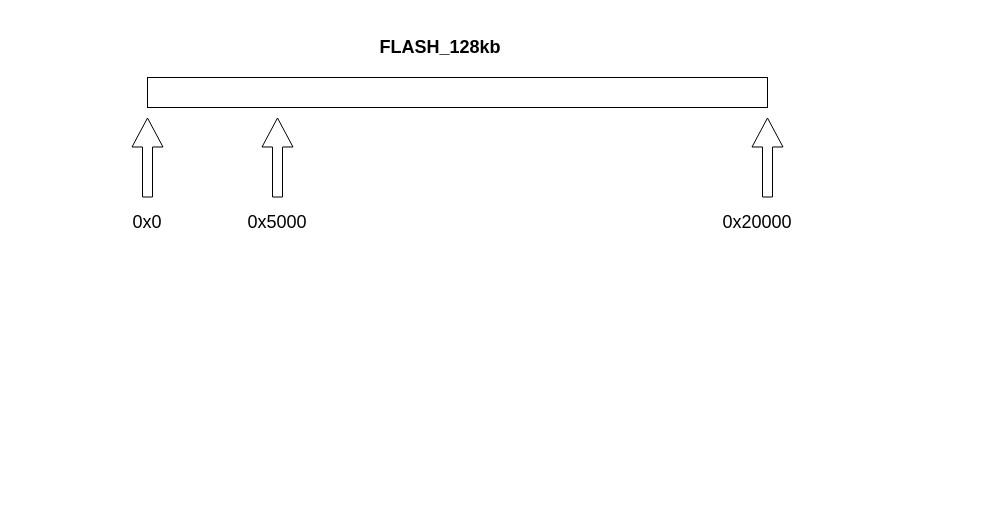
The draw.io diagram LKS_BOOT.drawio in Hanye1108/drawio, before the edit. Source tidied: cells renumbered, new cells numbered last; positions are measured from the earlier drawing's top-left corner, leaving out a move shared by most shapes. Both pictures are drawn from the tidied source at 100%, with x=0, y=0 at pixel (117, 17).
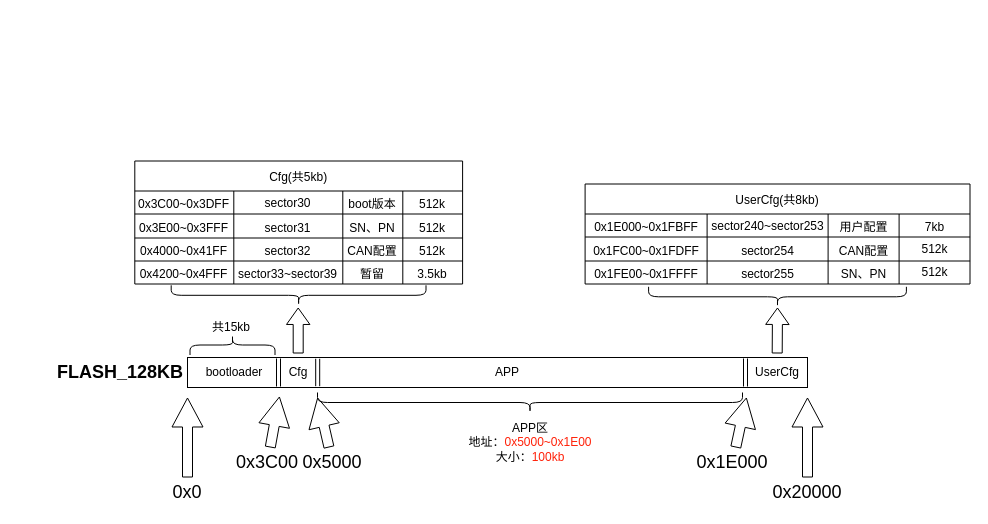
The same page after the edit.

The edit, as a diff of the source:
```diff
@@
     <mxCell id="2" style="rounded=0;whiteSpace=wrap;html=1;" parent="1" vertex="1">
-      <mxGeometry x="30" y="60" width="620" height="30" as="geometry" />
+      <mxGeometry x="70" y="340" width="620" height="30" as="geometry" />
     </mxCell>
-    <mxCell id="3" value="&lt;b&gt;&lt;font style=&quot;font-size: 18px;&quot;&gt;FLASH_128kb&lt;/font&gt;&lt;/b&gt;" style="text;html=1;align=center;verticalAlign=middle;whiteSpace=wrap;rounded=0;" parent="1" vertex="1">
-      <mxGeometry x="220" width="206" height="60" as="geometry" />
+    <mxCell id="3" value="&lt;b&gt;&lt;font style=&quot;font-size: 18px;&quot;&gt;FLASH_128KB&lt;/font&gt;&lt;/b&gt;" style="text;html=1;align=center;verticalAlign=middle;whiteSpace=wrap;rounded=0;" parent="1" vertex="1">
+      <mxGeometry x="-100" y="325" width="206" height="60" as="geometry" />
     </mxCell>
     <mxCell id="4" style="shape=flexArrow;endArrow=classic;html=1;rounded=0;width=10;endSize=9.33;" parent="1" edge="1">
       <mxGeometry relative="1" as="geometry">
-        <mxPoint x="30" y="180" as="sourcePoint" />
-        <mxPoint x="30" y="100" as="targetPoint" />
+        <mxPoint x="70" y="460" as="sourcePoint" />
+        <mxPoint x="70" y="380" as="targetPoint" />
       </mxGeometry>
     </mxCell>
     <mxCell id="5" style="shape=flexArrow;endArrow=classic;html=1;rounded=0;width=10;endSize=9.33;" parent="1" edge="1">
       <mxGeometry relative="1" as="geometry">
-        <mxPoint x="650" y="180" as="sourcePoint" />
-        <mxPoint x="650" y="100" as="targetPoint" />
+        <mxPoint x="690" y="460" as="sourcePoint" />
+        <mxPoint x="690" y="380" as="targetPoint" />
       </mxGeometry>
     </mxCell>
     <mxCell id="6" value="&lt;font style=&quot;font-size: 18px;&quot;&gt;0x0&lt;/font&gt;" style="text;html=1;align=center;verticalAlign=middle;whiteSpace=wrap;rounded=0;" parent="1" vertex="1">
-      <mxGeometry y="190" width="60" height="30" as="geometry" />
+      <mxGeometry x="40" y="460" width="60" height="30" as="geometry" />
     </mxCell>
     <mxCell id="7" value="&lt;font style=&quot;font-size: 18px;&quot;&gt;0x20000&lt;/font&gt;" style="text;html=1;align=center;verticalAlign=middle;whiteSpace=wrap;rounded=0;" parent="1" vertex="1">
-      <mxGeometry x="590" y="190" width="100" height="30" as="geometry" />
+      <mxGeometry x="640" y="460" width="100" height="30" as="geometry" />
     </mxCell>
-    <mxCell id="8" style="shape=flexArrow;endArrow=classic;html=1;rounded=0;width=10;endSize=9.33;" parent="1" edge="1">
+    <mxCell id="8" style="shape=flexArrow;endArrow=classic;html=1;rounded=0;width=10;endSize=9.33;" parent="1" edge="1" source="9">
       <mxGeometry relative="1" as="geometry">
-        <mxPoint x="160" y="180" as="sourcePoint" />
-        <mxPoint x="160" y="100" as="targetPoint" />
+        <mxPoint x="200" y="380" as="targetPoint" />
       </mxGeometry>
     </mxCell>
+    <mxCell id="10" style="endArrow=none;html=1;rounded=0;entryX=0.208;entryY=1.1;entryDx=0;entryDy=0;entryPerimeter=0;" parent="1" edge="1" source="2">
+      <mxGeometry relative="1" as="geometry">
+        <mxPoint x="199" y="370" as="targetPoint" />
+      </mxGeometry>
+    </mxCell>
+    <mxCell id="11" style="shape=link;html=1;rounded=0;entryX=0.21;entryY=0.956;entryDx=0;entryDy=0;entryPerimeter=0;exitX=0.21;exitY=0.042;exitDx=0;exitDy=0;exitPerimeter=0;" parent="1" edge="1" source="2" target="2">
+      <mxGeometry relative="1" as="geometry" />
+    </mxCell>
+    <mxCell id="12" style="shape=flexArrow;endArrow=classic;html=1;rounded=0;endWidth=12.413793103448276;endSize=5.158620689655173;" parent="1" edge="1">
+      <mxGeometry relative="1" as="geometry">
+        <mxPoint x="180.7" y="336" as="sourcePoint" />
+        <mxPoint x="180.7" y="290" as="targetPoint" />
+      </mxGeometry>
+    </mxCell>
+    <mxCell id="13" style="shape=curlyBracket;whiteSpace=wrap;html=1;rounded=1;flipH=1;labelPosition=right;verticalLabelPosition=middle;align=left;verticalAlign=middle;rotation=90;" parent="1" vertex="1">
+      <mxGeometry x="171.1" y="150.4" width="20" height="254.8" as="geometry" />
+    </mxCell>
+    <mxCell id="14" style="shape=flexArrow;endArrow=classic;html=1;rounded=0;width=10;endSize=9.33;" parent="1" edge="1" source="16">
+      <mxGeometry relative="1" as="geometry">
+        <mxPoint x="162" y="379" as="targetPoint" />
+      </mxGeometry>
+    </mxCell>
+    <mxCell id="15" style="shape=flexArrow;endArrow=classic;html=1;rounded=0;width=10;endSize=9.33;" parent="1" edge="1" target="9">
+      <mxGeometry relative="1" as="geometry">
+        <mxPoint x="200" y="460" as="sourcePoint" />
+      </mxGeometry>
+    </mxCell>
     <mxCell id="9" value="&lt;font style=&quot;font-size: 18px;&quot;&gt;0x5000&lt;/font&gt;" style="text;html=1;align=center;verticalAlign=middle;whiteSpace=wrap;rounded=0;" parent="1" vertex="1">
-      <mxGeometry x="125" y="190" width="70" height="30" as="geometry" />
+      <mxGeometry x="180" y="430" width="70" height="30" as="geometry" />
     </mxCell>
-    <mxCell id="10" style="endArrow=none;html=1;rounded=0;entryX=0.208;entryY=1.1;entryDx=0;entryDy=0;entryPerimeter=0;" parent="1" edge="1" source="2">
-      <mxGeometry relative="1" as="geometry">
-        <mxPoint x="159" y="90" as="targetPoint" />
-      </mxGeometry>
-    </mxCell>
+    <mxCell id="16" value="&lt;font style=&quot;font-size: 18px;&quot;&gt;0x3C00&lt;/font&gt;" style="text;html=1;align=center;verticalAlign=middle;whiteSpace=wrap;rounded=0;" parent="1" vertex="1">
+      <mxGeometry x="120" y="430" width="60" height="30" as="geometry" />
+    </mxCell>
+    <mxCell id="17" style="shape=link;html=1;rounded=0;entryX=0.21;entryY=0.956;entryDx=0;entryDy=0;entryPerimeter=0;exitX=0.21;exitY=0.042;exitDx=0;exitDy=0;exitPerimeter=0;" parent="1" edge="1">
+      <mxGeometry relative="1" as="geometry">
+        <mxPoint x="161" y="341" as="sourcePoint" />
+        <mxPoint x="161" y="369" as="targetPoint" />
+      </mxGeometry>
+    </mxCell>
+    <mxCell id="18" value="bootloader" style="text;html=1;align=center;verticalAlign=middle;whiteSpace=wrap;rounded=0;" parent="1" vertex="1">
+      <mxGeometry x="84" y="340" width="66" height="30" as="geometry" />
+    </mxCell>
+    <mxCell id="19" value="Cfg" style="text;html=1;align=center;verticalAlign=middle;whiteSpace=wrap;rounded=0;" parent="1" vertex="1">
+      <mxGeometry x="161" y="340" width="40" height="30" as="geometry" />
+    </mxCell>
+    <mxCell id="20" style="shape=flexArrow;endArrow=classic;html=1;rounded=0;width=10;endSize=9.33;" parent="1" edge="1" source="22">
+      <mxGeometry relative="1" as="geometry">
+        <mxPoint x="629" y="380" as="targetPoint" />
+      </mxGeometry>
+    </mxCell>
+    <mxCell id="21" style="shape=flexArrow;endArrow=classic;html=1;rounded=0;width=10;endSize=9.33;" parent="1" edge="1" target="22">
+      <mxGeometry relative="1" as="geometry">
+        <mxPoint x="629" y="460" as="sourcePoint" />
+      </mxGeometry>
+    </mxCell>
+    <mxCell id="22" value="&lt;font style=&quot;font-size: 18px;&quot;&gt;0x1E000&lt;/font&gt;" style="text;html=1;align=center;verticalAlign=middle;whiteSpace=wrap;rounded=0;" parent="1" vertex="1">
+      <mxGeometry x="580" y="430" width="70" height="30" as="geometry" />
+    </mxCell>
+    <mxCell id="23" style="shape=link;html=1;rounded=0;entryX=0.21;entryY=0.956;entryDx=0;entryDy=0;entryPerimeter=0;exitX=0.21;exitY=0.042;exitDx=0;exitDy=0;exitPerimeter=0;" parent="1" edge="1">
+      <mxGeometry relative="1" as="geometry">
+        <mxPoint x="628" y="341" as="sourcePoint" />
+        <mxPoint x="628" y="369" as="targetPoint" />
+      </mxGeometry>
+    </mxCell>
+    <mxCell id="24" style="shape=flexArrow;endArrow=classic;html=1;rounded=0;endWidth=12.413793103448276;endSize=5.158620689655173;" parent="1" edge="1">
+      <mxGeometry relative="1" as="geometry">
+        <mxPoint x="659.7" y="336" as="sourcePoint" />
+        <mxPoint x="660" y="290" as="targetPoint" />
+      </mxGeometry>
+    </mxCell>
+    <mxCell id="25" style="shape=curlyBracket;whiteSpace=wrap;html=1;rounded=1;flipH=1;labelPosition=right;verticalLabelPosition=middle;align=left;verticalAlign=middle;rotation=90;" parent="1" vertex="1">
+      <mxGeometry x="650" y="150.4" width="20" height="257.8" as="geometry" />
+    </mxCell>
+    <mxCell id="26" value="UserCfg" style="text;html=1;align=center;verticalAlign=middle;whiteSpace=wrap;rounded=0;" parent="1" vertex="1">
+      <mxGeometry x="640" y="340" width="40" height="30" as="geometry" />
+    </mxCell>
+    <mxCell id="27" value="APP" style="text;html=1;align=center;verticalAlign=middle;whiteSpace=wrap;rounded=0;" parent="1" vertex="1">
+      <mxGeometry x="360" y="340" width="60" height="30" as="geometry" />
+    </mxCell>
+    <mxCell id="28" style="shape=curlyBracket;whiteSpace=wrap;html=1;rounded=1;labelPosition=left;verticalLabelPosition=middle;align=right;verticalAlign=middle;rotation=-90;" parent="1" vertex="1">
+      <mxGeometry x="402.5" y="172.5" width="20" height="425" as="geometry" />
+    </mxCell>
+    <mxCell id="29" value="Cfg(共5kb)" style="shape=table;startSize=30;childLayout=tableLayout;strokeColor=default;fontSize=12;" parent="1" vertex="1">
+      <mxGeometry x="17.3" y="143.5" width="327.8" height="123" as="geometry" />
+    </mxCell>
+    <mxCell id="30" style="shape=tableRow;horizontal=0;startSize=0;swimlaneHead=0;swimlaneBody=0;strokeColor=inherit;top=0;left=0;bottom=0;right=0;fillColor=none;fontSize=16;" parent="29" vertex="1">
+      <mxGeometry y="30" width="327.8" height="23" as="geometry" />
+    </mxCell>
+    <mxCell id="31" value="&lt;font style=&quot;font-size: 12px;&quot;&gt;0x3C00~0x3DFF&lt;/font&gt;" style="shape=partialRectangle;html=1;whiteSpace=wrap;strokeColor=inherit;overflow=hidden;fillColor=none;top=0;left=0;bottom=0;right=0;fontSize=16;" parent="30" vertex="1">
+      <mxGeometry width="99" height="23" as="geometry" />
+    </mxCell>
+    <mxCell id="32" value="&lt;font style=&quot;font-size: 12px;&quot;&gt;sector30&lt;/font&gt;" style="shape=partialRectangle;html=1;whiteSpace=wrap;strokeColor=inherit;overflow=hidden;fillColor=none;top=0;left=0;bottom=0;right=0;fontSize=13;" parent="30" vertex="1">
+      <mxGeometry x="99" width="109" height="23" as="geometry" />
+    </mxCell>
+    <mxCell id="33" value="&lt;font style=&quot;font-size: 12px;&quot;&gt;boot版本&lt;/font&gt;" style="shape=partialRectangle;html=1;whiteSpace=wrap;strokeColor=inherit;overflow=hidden;fillColor=none;top=0;left=0;bottom=0;right=0;fontSize=16;" parent="30" vertex="1">
+      <mxGeometry x="208" width="60" height="23" as="geometry" />
+    </mxCell>
+    <mxCell id="34" value="&lt;font style=&quot;font-size: 12px;&quot;&gt;512k&lt;/font&gt;" style="shape=partialRectangle;html=1;whiteSpace=wrap;strokeColor=inherit;overflow=hidden;fillColor=none;top=0;left=0;bottom=0;right=0;fontSize=16;" parent="30" vertex="1">
+      <mxGeometry x="268" width="60" height="23" as="geometry" />
+    </mxCell>
+    <mxCell id="35" style="shape=tableRow;horizontal=0;startSize=0;swimlaneHead=0;swimlaneBody=0;strokeColor=inherit;top=0;left=0;bottom=0;right=0;fillColor=none;fontSize=16;" parent="29" vertex="1">
+      <mxGeometry y="53" width="327.8" height="24" as="geometry" />
+    </mxCell>
+    <mxCell id="36" value="&lt;font style=&quot;font-size: 12px;&quot;&gt;0x3E00~0x3FFF&lt;/font&gt;" style="shape=partialRectangle;html=1;whiteSpace=wrap;strokeColor=inherit;overflow=hidden;fillColor=none;top=0;left=0;bottom=0;right=0;fontSize=16;" parent="35" vertex="1">
+      <mxGeometry width="99" height="24" as="geometry" />
+    </mxCell>
+    <mxCell id="37" value="&lt;font style=&quot;font-size: 12px;&quot;&gt;sector31&lt;/font&gt;" style="shape=partialRectangle;html=1;whiteSpace=wrap;strokeColor=inherit;overflow=hidden;fillColor=none;top=0;left=0;bottom=0;right=0;fontSize=16;" parent="35" vertex="1">
+      <mxGeometry x="99" width="109" height="24" as="geometry" />
+    </mxCell>
+    <mxCell id="38" value="&lt;font style=&quot;font-size: 12px;&quot;&gt;SN、PN&lt;/font&gt;" style="shape=partialRectangle;html=1;whiteSpace=wrap;strokeColor=inherit;overflow=hidden;fillColor=none;top=0;left=0;bottom=0;right=0;fontSize=16;" parent="35" vertex="1">
+      <mxGeometry x="208" width="60" height="24" as="geometry" />
+    </mxCell>
+    <mxCell id="39" value="&lt;font style=&quot;font-size: 12px;&quot;&gt;512k&lt;/font&gt;" style="shape=partialRectangle;html=1;whiteSpace=wrap;strokeColor=inherit;overflow=hidden;fillColor=none;top=0;left=0;bottom=0;right=0;fontSize=16;" parent="35" vertex="1">
+      <mxGeometry x="268" width="60" height="24" as="geometry" />
+    </mxCell>
+    <mxCell id="40" style="shape=tableRow;horizontal=0;startSize=0;swimlaneHead=0;swimlaneBody=0;strokeColor=inherit;top=0;left=0;bottom=0;right=0;fillColor=none;fontSize=16;" parent="29" vertex="1">
+      <mxGeometry y="77" width="327.8" height="23" as="geometry" />
+    </mxCell>
+    <mxCell id="41" value="&lt;font style=&quot;font-size: 12px;&quot;&gt;0x4000~0x41FF&lt;/font&gt;" style="shape=partialRectangle;html=1;whiteSpace=wrap;strokeColor=inherit;overflow=hidden;fillColor=none;top=0;left=0;bottom=0;right=0;fontSize=16;" parent="40" vertex="1">
+      <mxGeometry width="99" height="23" as="geometry" />
+    </mxCell>
+    <mxCell id="42" value="&lt;font style=&quot;font-size: 12px;&quot;&gt;sector32&lt;/font&gt;" style="shape=partialRectangle;html=1;whiteSpace=wrap;strokeColor=inherit;overflow=hidden;fillColor=none;top=0;left=0;bottom=0;right=0;fontSize=16;" parent="40" vertex="1">
+      <mxGeometry x="99" width="109" height="23" as="geometry" />
+    </mxCell>
+    <mxCell id="43" value="&lt;font style=&quot;font-size: 12px;&quot;&gt;CAN配置&lt;/font&gt;" style="shape=partialRectangle;html=1;whiteSpace=wrap;strokeColor=inherit;overflow=hidden;fillColor=none;top=0;left=0;bottom=0;right=0;fontSize=16;" parent="40" vertex="1">
+      <mxGeometry x="208" width="60" height="23" as="geometry" />
+    </mxCell>
+    <mxCell id="44" value="&lt;font style=&quot;font-size: 12px;&quot;&gt;512k&lt;/font&gt;" style="shape=partialRectangle;html=1;whiteSpace=wrap;strokeColor=inherit;overflow=hidden;fillColor=none;top=0;left=0;bottom=0;right=0;fontSize=16;" parent="40" vertex="1">
+      <mxGeometry x="268" width="60" height="23" as="geometry" />
+    </mxCell>
+    <mxCell id="45" style="shape=tableRow;horizontal=0;startSize=0;swimlaneHead=0;swimlaneBody=0;strokeColor=inherit;top=0;left=0;bottom=0;right=0;fillColor=none;fontSize=16;" parent="29" vertex="1">
+      <mxGeometry y="100" width="327.8" height="23" as="geometry" />
+    </mxCell>
+    <mxCell id="46" value="&lt;font style=&quot;font-size: 12px;&quot;&gt;0x4200~0x4FFF&lt;/font&gt;" style="shape=partialRectangle;html=1;whiteSpace=wrap;strokeColor=inherit;overflow=hidden;fillColor=none;top=0;left=0;bottom=0;right=0;fontSize=16;" parent="45" vertex="1">
+      <mxGeometry width="99" height="23" as="geometry" />
+    </mxCell>
+    <mxCell id="47" value="&lt;font style=&quot;font-size: 12px;&quot;&gt;sector33~sector39&lt;/font&gt;" style="shape=partialRectangle;html=1;whiteSpace=wrap;strokeColor=inherit;overflow=hidden;fillColor=none;top=0;left=0;bottom=0;right=0;fontSize=16;" parent="45" vertex="1">
+      <mxGeometry x="99" width="109" height="23" as="geometry" />
+    </mxCell>
+    <mxCell id="48" value="&lt;font style=&quot;font-size: 12px;&quot;&gt;暂留&lt;/font&gt;" style="shape=partialRectangle;html=1;whiteSpace=wrap;strokeColor=inherit;overflow=hidden;fillColor=none;top=0;left=0;bottom=0;right=0;fontSize=16;" parent="45" vertex="1">
+      <mxGeometry x="208" width="60" height="23" as="geometry" />
+    </mxCell>
+    <mxCell id="49" value="&lt;font style=&quot;font-size: 12px;&quot;&gt;3.5kb&lt;/font&gt;" style="shape=partialRectangle;html=1;whiteSpace=wrap;strokeColor=inherit;overflow=hidden;fillColor=none;top=0;left=0;bottom=0;right=0;fontSize=16;" parent="45" vertex="1">
+      <mxGeometry x="268" width="60" height="23" as="geometry" />
+    </mxCell>
+    <mxCell id="50" value="APP区&lt;div&gt;地址：&lt;font style=&quot;color: rgb(255, 34, 10);&quot;&gt;0x5000~0x1E00&lt;/font&gt;&lt;/div&gt;&lt;div&gt;大小：&lt;font style=&quot;color: rgb(255, 34, 10);&quot;&gt;100kb&lt;/font&gt;&lt;/div&gt;" style="text;html=1;align=center;verticalAlign=middle;whiteSpace=wrap;rounded=0;" parent="1" vertex="1">
+      <mxGeometry x="322.5" y="390" width="180" height="70" as="geometry" />
+    </mxCell>
+    <mxCell id="51" value="UserCfg(共8kb)" style="shape=table;startSize=30;childLayout=tableLayout;strokeColor=default;fontSize=12;" parent="1" vertex="1">
+      <mxGeometry x="467.6" y="166.5" width="384.9" height="100" as="geometry" />
+    </mxCell>
+    <mxCell id="52" style="shape=tableRow;horizontal=0;startSize=0;swimlaneHead=0;swimlaneBody=0;strokeColor=inherit;top=0;left=0;bottom=0;right=0;fillColor=none;fontSize=16;" parent="51" vertex="1">
+      <mxGeometry y="30" width="384.9" height="23" as="geometry" />
+    </mxCell>
+    <mxCell id="53" value="&lt;span style=&quot;font-size: 12px;&quot;&gt;0x1E000~0x1FBFF&lt;/span&gt;" style="shape=partialRectangle;html=1;whiteSpace=wrap;strokeColor=inherit;overflow=hidden;fillColor=none;top=0;left=0;bottom=0;right=0;fontSize=16;" parent="52" vertex="1">
+      <mxGeometry width="122" height="23" as="geometry" />
+    </mxCell>
+    <mxCell id="54" value="&lt;span style=&quot;font-size: 12px;&quot;&gt;sector240~sector253&lt;/span&gt;" style="shape=partialRectangle;html=1;whiteSpace=wrap;strokeColor=inherit;overflow=hidden;fillColor=none;top=0;left=0;bottom=0;right=0;fontSize=13;" parent="52" vertex="1">
+      <mxGeometry x="122" width="121" height="23" as="geometry" />
+    </mxCell>
+    <mxCell id="55" value="&lt;span style=&quot;font-size: 12px;&quot;&gt;用户配置&lt;/span&gt;" style="shape=partialRectangle;html=1;whiteSpace=wrap;strokeColor=inherit;overflow=hidden;fillColor=none;top=0;left=0;bottom=0;right=0;fontSize=16;" parent="52" vertex="1">
+      <mxGeometry x="243" width="71" height="23" as="geometry" />
+    </mxCell>
+    <mxCell id="56" value="&lt;font style=&quot;font-size: 12px;&quot;&gt;7kb&lt;/font&gt;" style="shape=partialRectangle;html=1;whiteSpace=wrap;strokeColor=inherit;overflow=hidden;fillColor=none;top=0;left=0;bottom=0;right=0;fontSize=16;" parent="52" vertex="1">
+      <mxGeometry x="314" width="71" height="23" as="geometry" />
+    </mxCell>
+    <mxCell id="57" style="shape=tableRow;horizontal=0;startSize=0;swimlaneHead=0;swimlaneBody=0;strokeColor=inherit;top=0;left=0;bottom=0;right=0;fillColor=none;fontSize=16;" parent="51" vertex="1">
+      <mxGeometry y="53" width="384.9" height="24" as="geometry" />
+    </mxCell>
+    <mxCell id="58" value="&lt;span style=&quot;font-size: 12px;&quot;&gt;0x1FC00~0x1FDFF&lt;/span&gt;" style="shape=partialRectangle;html=1;whiteSpace=wrap;strokeColor=inherit;overflow=hidden;fillColor=none;top=0;left=0;bottom=0;right=0;fontSize=16;" parent="57" vertex="1">
+      <mxGeometry width="122" height="24" as="geometry" />
+    </mxCell>
+    <mxCell id="59" value="&lt;span style=&quot;font-size: 12px;&quot;&gt;sector254&lt;/span&gt;" style="shape=partialRectangle;html=1;whiteSpace=wrap;strokeColor=inherit;overflow=hidden;fillColor=none;top=0;left=0;bottom=0;right=0;fontSize=16;" parent="57" vertex="1">
+      <mxGeometry x="122" width="121" height="24" as="geometry" />
+    </mxCell>
+    <mxCell id="60" value="&lt;span style=&quot;font-size: 12px;&quot;&gt;CAN配置&lt;/span&gt;" style="shape=partialRectangle;html=1;whiteSpace=wrap;strokeColor=inherit;overflow=hidden;fillColor=none;top=0;left=0;bottom=0;right=0;fontSize=16;" parent="57" vertex="1">
+      <mxGeometry x="243" width="71" height="24" as="geometry" />
+    </mxCell>
+    <mxCell id="61" value="512k" style="shape=partialRectangle;html=1;whiteSpace=wrap;strokeColor=inherit;overflow=hidden;fillColor=none;top=0;left=0;bottom=0;right=0;fontSize=12;" parent="57" vertex="1">
+      <mxGeometry x="314" width="71" height="24" as="geometry" />
+    </mxCell>
+    <mxCell id="62" style="shape=tableRow;horizontal=0;startSize=0;swimlaneHead=0;swimlaneBody=0;strokeColor=inherit;top=0;left=0;bottom=0;right=0;fillColor=none;fontSize=16;" parent="51" vertex="1">
+      <mxGeometry y="77" width="384.9" height="23" as="geometry" />
+    </mxCell>
+    <mxCell id="63" value="&lt;span style=&quot;font-size: 12px;&quot;&gt;0x1FE00~0x1FFFF&lt;/span&gt;" style="shape=partialRectangle;html=1;whiteSpace=wrap;strokeColor=inherit;overflow=hidden;fillColor=none;top=0;left=0;bottom=0;right=0;fontSize=16;" parent="62" vertex="1">
+      <mxGeometry width="122" height="23" as="geometry" />
+    </mxCell>
+    <mxCell id="64" value="&lt;span style=&quot;font-size: 12px;&quot;&gt;sector255&lt;/span&gt;" style="shape=partialRectangle;html=1;whiteSpace=wrap;strokeColor=inherit;overflow=hidden;fillColor=none;top=0;left=0;bottom=0;right=0;fontSize=16;" parent="62" vertex="1">
+      <mxGeometry x="122" width="121" height="23" as="geometry" />
+    </mxCell>
+    <mxCell id="65" value="&lt;span style=&quot;font-size: 12px;&quot;&gt;SN、PN&lt;/span&gt;" style="shape=partialRectangle;html=1;whiteSpace=wrap;strokeColor=inherit;overflow=hidden;fillColor=none;top=0;left=0;bottom=0;right=0;fontSize=16;" parent="62" vertex="1">
+      <mxGeometry x="243" width="71" height="23" as="geometry" />
+    </mxCell>
+    <mxCell id="66" value="512k" style="shape=partialRectangle;html=1;whiteSpace=wrap;strokeColor=inherit;overflow=hidden;fillColor=none;top=0;left=0;bottom=0;right=0;fontSize=12;" parent="62" vertex="1">
+      <mxGeometry x="314" width="71" height="23" as="geometry" />
+    </mxCell>
+    <mxCell id="67" style="shape=curlyBracket;whiteSpace=wrap;html=1;rounded=1;labelPosition=left;verticalLabelPosition=middle;align=right;verticalAlign=middle;rotation=90;" parent="1" vertex="1">
+      <mxGeometry x="105" y="285" width="20" height="85" as="geometry" />
+    </mxCell>
+    <mxCell id="68" value="共15kb" style="text;html=1;align=center;verticalAlign=middle;whiteSpace=wrap;rounded=0;" parent="1" vertex="1">
+      <mxGeometry x="84" y="295" width="60" height="30" as="geometry" />
+    </mxCell>
```
